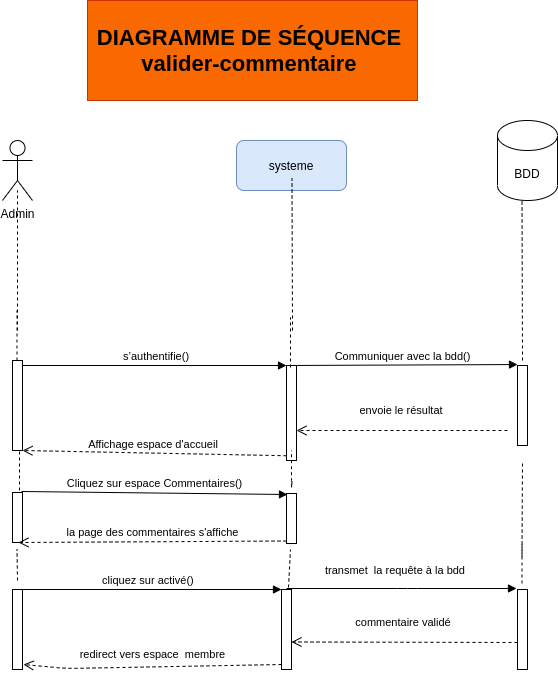
Before: diagrammes/Diagramme_P5-Séq Valider-Commentaires.drawio.png, a diagram exported from draw.io (Elhadj75BAH/Blog-mvc). Source tidied: cells renumbered, new cells last; positions are measured from the earlier drawing's top-left corner, leaving out a move shared by most shapes.
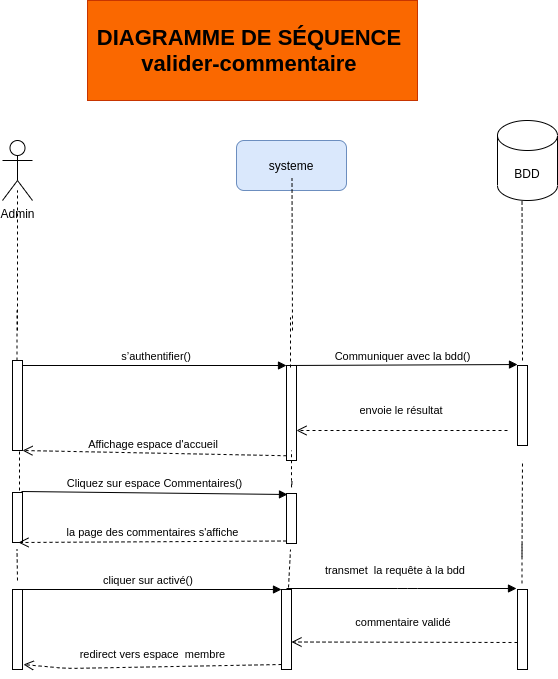
The same diagram one commit later.

Diff of the diagram source:
```diff
@@ -32,7 +32,7 @@
     <mxCell id="8" style="html=1;points=[];perimeter=orthogonalPerimeter;" parent="1" vertex="1">
       <mxGeometry x="284" y="365" width="10" height="95" as="geometry" />
     </mxCell>
-    <mxCell id="9" value="&amp;nbsp;s’authentifie()" style="html=1;verticalAlign=bottom;endArrow=block;entryX=0;entryY=0;" parent="1" edge="1" source="7" target="8">
+    <mxCell id="9" value="&amp;nbsp;s’authentifier()" style="html=1;verticalAlign=bottom;endArrow=block;entryX=0;entryY=0;" parent="1" edge="1" source="7" target="8">
       <mxGeometry relative="1" as="geometry" />
     </mxCell>
     <mxCell id="10" value="Affichage espace d'accueil&amp;nbsp;" style="html=1;verticalAlign=bottom;endArrow=open;dashed=1;endSize=8;exitX=0;exitY=0.95;" parent="1" edge="1" source="8" target="7">
@@ -67,7 +67,7 @@
     <mxCell id="17" style="html=1;points=[];perimeter=orthogonalPerimeter;" parent="1" vertex="1">
       <mxGeometry x="279" y="589" width="10" height="80" as="geometry" />
     </mxCell>
-    <mxCell id="18" value="cliquez sur activé()&amp;nbsp; &amp;nbsp;" style="html=1;verticalAlign=bottom;endArrow=block;entryX=0;entryY=0;" parent="1" edge="1" source="20" target="17">
+    <mxCell id="18" value="cliquer sur activé()&amp;nbsp; &amp;nbsp;" style="html=1;verticalAlign=bottom;endArrow=block;entryX=0;entryY=0;" parent="1" edge="1" source="20" target="17">
       <mxGeometry relative="1" as="geometry" />
     </mxCell>
     <mxCell id="19" value="redirect vers espace&amp;nbsp; membre&amp;nbsp;&amp;nbsp;" style="html=1;verticalAlign=bottom;endArrow=open;dashed=1;endSize=8;exitX=0;exitY=0.95;entryX=1.1;entryY=0.938;entryDx=0;entryDy=0;entryPerimeter=0;" parent="1" edge="1" target="20">
```
